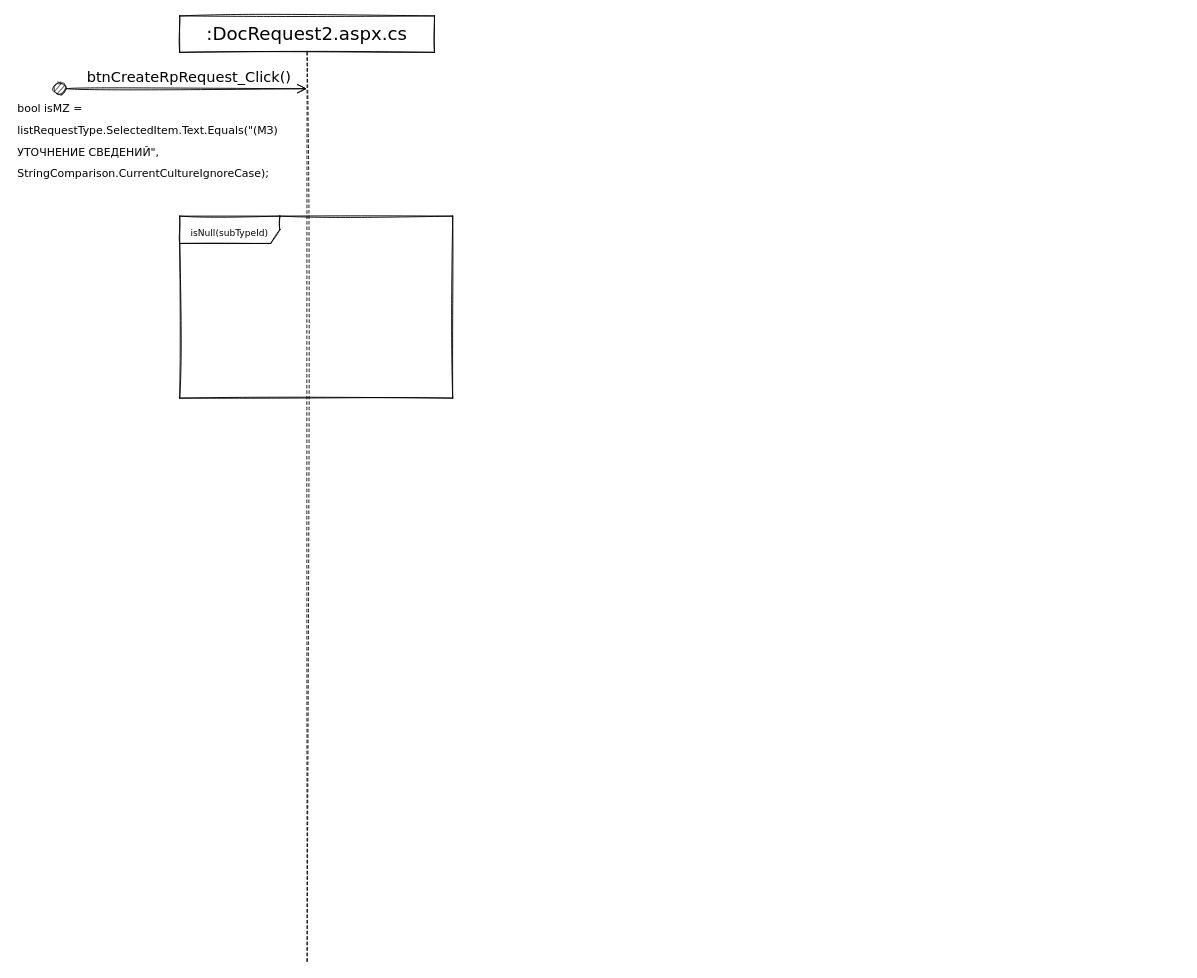
Earlier version of the draw.io diagram portal/DocRequest2.aspx/btnCreateRpRequest_Click().drawio (davyd0ff/so-line-grls). Source tidied: cells renumbered, new cells numbered last; positions are measured from the earlier drawing's top-left corner, leaving out a move shared by most shapes. Both pictures are drawn from the tidied source at 91%, with x=0, y=0 at pixel (15, 15).
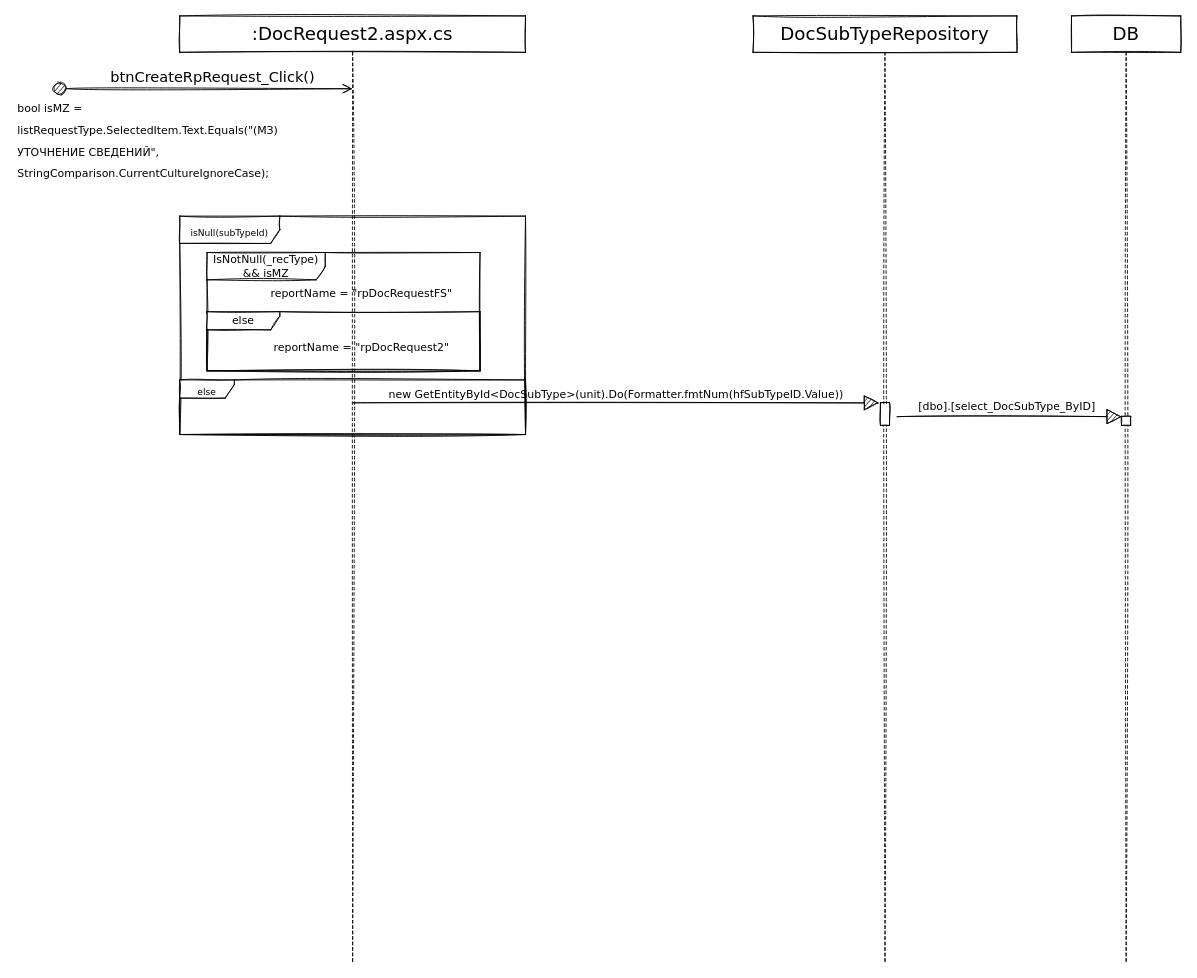
The same page after the edit.

Change to the diagram source:
```diff
@@
 <mxGraphModel>
   <root>
     <mxCell id="0" />
     <mxCell id="1" parent="0" />
+    <mxCell id="4" value="&lt;font face=&quot;Verdana&quot;&gt;btnCreateRpRequest_Click()&lt;/font&gt;" style="html=1;verticalAlign=bottom;startArrow=circle;startFill=1;endArrow=open;startSize=6;endSize=8;rounded=0;sketch=1;hachureGap=4;fontFamily=Architects Daughter;fontSize=16;sourcePerimeterSpacing=8;targetPerimeterSpacing=8;curved=1;" parent="1" edge="1" target="2">
+      <mxGeometry x="0.07" relative="1" as="geometry">
+        <mxPoint x="40" y="80" as="sourcePoint" />
+      </mxGeometry>
+    </mxCell>
+    <mxCell id="5" value="&lt;font style=&quot;font-size: 12px;&quot; face=&quot;Verdana&quot;&gt;bool isMZ = listRequestType.SelectedItem.Text.Equals(&quot;(МЗ) УТОЧНЕНИЕ СВЕДЕНИЙ&quot;, StringComparison.CurrentCultureIgnoreCase);&lt;/font&gt;" style="text;html=1;strokeColor=none;fillColor=none;align=left;verticalAlign=middle;whiteSpace=wrap;rounded=0;sketch=1;hachureGap=4;fontFamily=Architects Daughter;fontSize=20;" parent="1" vertex="1">
+      <mxGeometry y="90" width="290" height="90" as="geometry" />
+    </mxCell>
+    <mxCell id="6" value="&lt;font face=&quot;Verdana&quot;&gt;DocSubTypeRepository&lt;/font&gt;" style="shape=umlLifeline;perimeter=lifelinePerimeter;whiteSpace=wrap;html=1;sketch=1;hachureGap=4;fontFamily=Architects Daughter;fontSize=20;" parent="1" vertex="1">
+      <mxGeometry x="810" width="290" height="1040" as="geometry" />
+    </mxCell>
+    <mxCell id="7" style="html=1;points=[];perimeter=orthogonalPerimeter;sketch=1;hachureGap=4;fontFamily=Verdana;fontSize=12;" parent="6" vertex="1">
+      <mxGeometry x="140" y="425" width="10" height="25" as="geometry" />
+    </mxCell>
+    <mxCell id="8" value="new GetEntityById&amp;lt;DocSubType&amp;gt;(unit).Do(Formatter.fmtNum(hfSubTypeID.Value))" style="html=1;verticalAlign=bottom;endArrow=block;rounded=0;sketch=1;hachureGap=4;fontFamily=Verdana;fontSize=12;startSize=14;endSize=14;sourcePerimeterSpacing=8;targetPerimeterSpacing=8;curved=1;entryX=-0.161;entryY=0.011;entryDx=0;entryDy=0;entryPerimeter=0;align=left;" parent="1" edge="1" source="2" target="7">
+      <mxGeometry x="-0.87" relative="1" as="geometry" />
+    </mxCell>
     <mxCell id="2" value="&lt;font face=&quot;Verdana&quot;&gt;:DocRequest2.aspx.cs&lt;/font&gt;" style="shape=umlLifeline;perimeter=lifelinePerimeter;whiteSpace=wrap;html=1;outlineConnect=0;sketch=1;hachureGap=4;fontFamily=Architects Daughter;fontSize=20;" parent="1" vertex="1">
-      <mxGeometry x="180" width="280" height="1040" as="geometry" />
+      <mxGeometry x="180" width="380" height="1040" as="geometry" />
     </mxCell>
     <mxCell id="3" value="&lt;font style=&quot;font-size: 10px;&quot; face=&quot;Verdana&quot;&gt;isNull(subTypeId)&lt;/font&gt;" style="shape=umlFrame;whiteSpace=wrap;html=1;sketch=1;hachureGap=4;fontFamily=Architects Daughter;fontSize=20;width=110;height=30;" parent="2" vertex="1">
-      <mxGeometry y="220" width="300" height="200" as="geometry" />
+      <mxGeometry y="220" width="380" height="240" as="geometry" />
     </mxCell>
-    <mxCell id="4" value="&lt;font face=&quot;Verdana&quot;&gt;btnCreateRpRequest_Click()&lt;/font&gt;" style="html=1;verticalAlign=bottom;startArrow=circle;startFill=1;endArrow=open;startSize=6;endSize=8;rounded=0;sketch=1;hachureGap=4;fontFamily=Architects Daughter;fontSize=16;sourcePerimeterSpacing=8;targetPerimeterSpacing=8;curved=1;" parent="1" edge="1" target="2">
-      <mxGeometry x="0.07" relative="1" as="geometry">
-        <mxPoint x="40" y="80" as="sourcePoint" />
-      </mxGeometry>
-    </mxCell>
-    <mxCell id="5" value="&lt;font style=&quot;font-size: 12px;&quot; face=&quot;Verdana&quot;&gt;bool isMZ = listRequestType.SelectedItem.Text.Equals(&quot;(МЗ) УТОЧНЕНИЕ СВЕДЕНИЙ&quot;, StringComparison.CurrentCultureIgnoreCase);&lt;/font&gt;" style="text;html=1;strokeColor=none;fillColor=none;align=left;verticalAlign=middle;whiteSpace=wrap;rounded=0;sketch=1;hachureGap=4;fontFamily=Architects Daughter;fontSize=20;" parent="1" vertex="1">
-      <mxGeometry y="90" width="290" height="90" as="geometry" />
-    </mxCell>
+    <mxCell id="9" value="&lt;font style=&quot;font-size: 10px;&quot; face=&quot;Verdana&quot;&gt;else&lt;/font&gt;" style="shape=umlFrame;whiteSpace=wrap;html=1;sketch=1;hachureGap=4;fontFamily=Architects Daughter;fontSize=20;width=60;height=20;" parent="2" vertex="1">
+      <mxGeometry y="400" width="380" height="60" as="geometry" />
+    </mxCell>
+    <mxCell id="10" value="IsNotNull(_recType) &amp;amp;&amp;amp; isMZ" style="shape=umlFrame;whiteSpace=wrap;html=1;sketch=1;hachureGap=4;fontFamily=Verdana;fontSize=12;width=130;height=30;" parent="2" vertex="1">
+      <mxGeometry x="30" y="260" width="300" height="130" as="geometry" />
+    </mxCell>
+    <mxCell id="11" value="reportName = &quot;rpDocRequestFS&quot;" style="text;html=1;strokeColor=none;fillColor=none;align=center;verticalAlign=middle;whiteSpace=wrap;rounded=0;sketch=1;hachureGap=4;fontFamily=Verdana;fontSize=12;" parent="2" vertex="1">
+      <mxGeometry x="85" y="290" width="230" height="30" as="geometry" />
+    </mxCell>
+    <mxCell id="12" value="else" style="shape=umlFrame;whiteSpace=wrap;html=1;sketch=1;hachureGap=4;fontFamily=Verdana;fontSize=12;width=80;height=20;" parent="2" vertex="1">
+      <mxGeometry x="30" y="325" width="300" height="65" as="geometry" />
+    </mxCell>
+    <mxCell id="13" value="reportName = &quot;rpDocRequest2&quot;" style="text;html=1;strokeColor=none;fillColor=none;align=center;verticalAlign=middle;whiteSpace=wrap;rounded=0;sketch=1;hachureGap=4;fontFamily=Verdana;fontSize=12;" parent="2" vertex="1">
+      <mxGeometry x="85" y="350" width="230" height="30" as="geometry" />
+    </mxCell>
+    <mxCell id="14" value="&lt;font face=&quot;Verdana&quot;&gt;DB&lt;/font&gt;" style="shape=umlLifeline;perimeter=lifelinePerimeter;whiteSpace=wrap;html=1;sketch=1;hachureGap=4;fontFamily=Architects Daughter;fontSize=20;" parent="1" vertex="1">
+      <mxGeometry x="1160" width="120" height="1040" as="geometry" />
+    </mxCell>
+    <mxCell id="15" style="html=1;points=[];perimeter=orthogonalPerimeter;sketch=1;hachureGap=4;fontFamily=Verdana;fontSize=12;" parent="14" vertex="1">
+      <mxGeometry x="55" y="440" width="10" height="10" as="geometry" />
+    </mxCell>
+    <mxCell id="16" value="&lt;span style=&quot;&quot;&gt;[dbo].[select_DocSubType_ByID]&lt;/span&gt;" style="html=1;verticalAlign=bottom;endArrow=block;rounded=0;sketch=1;hachureGap=4;fontFamily=Verdana;fontSize=12;startSize=14;endSize=14;sourcePerimeterSpacing=8;targetPerimeterSpacing=8;curved=1;entryX=0.01;entryY=0.034;entryDx=0;entryDy=0;entryPerimeter=0;align=left;" parent="1" edge="1" source="7" target="15">
+      <mxGeometry x="-0.82" y="1" relative="1" as="geometry" />
+    </mxCell>
   </root>
 </mxGraphModel>
```
